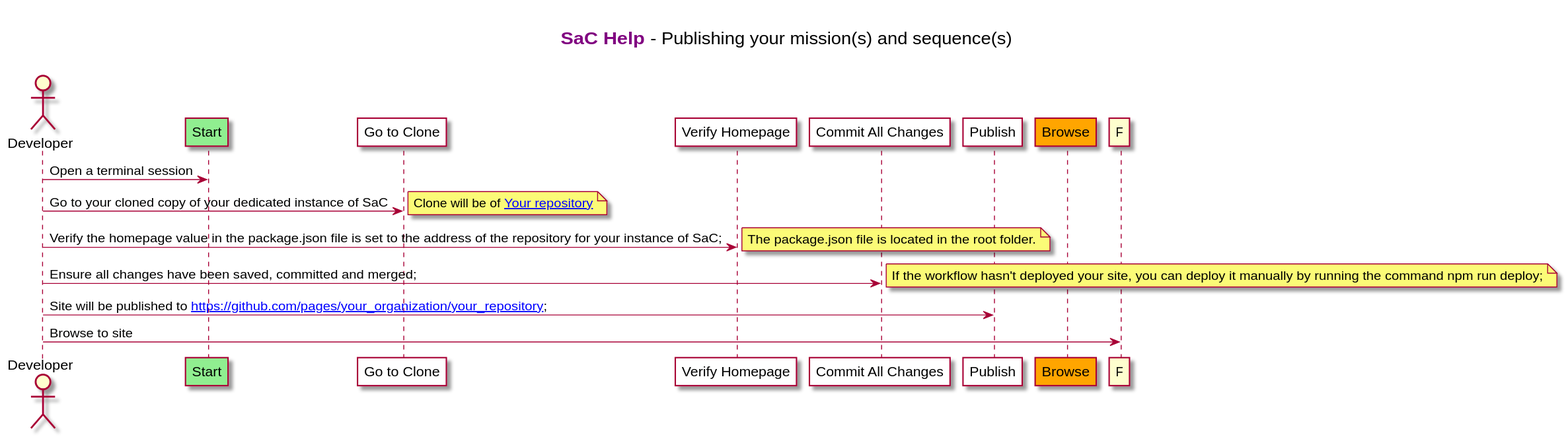
This is images/sachelp.publish.svg from dxc-technology/Sequences-as-Code, a PlantUML export, as it was before one commit.
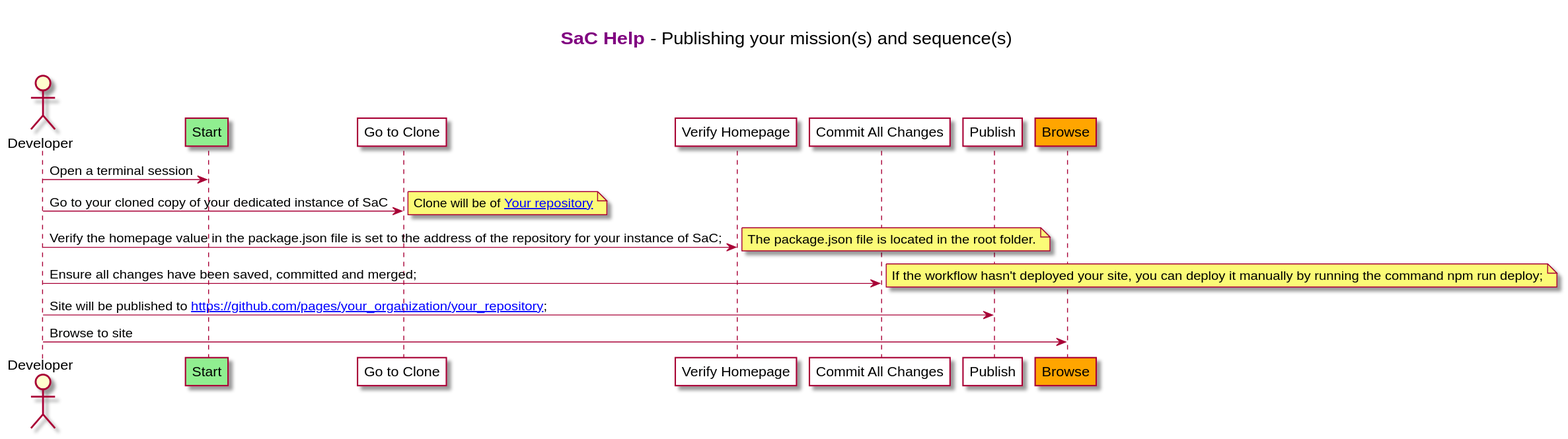
Above is the later version.

Commit message:
Committing workflow generated SVG files

Change to the diagram source:
```diff
@@ -12,7 +12,7 @@
 participant "Verify Homepage" as C #white
 participant "Commit All Changes" as D #white
 participant "Publish" as E #white
-participant "Browse" as G #orange
+participant "Browse" as F #orange
 
 Developer -> A: Open a terminal session
 Developer -> B: Go to your cloned copy of your dedicated instance of SaC
```
